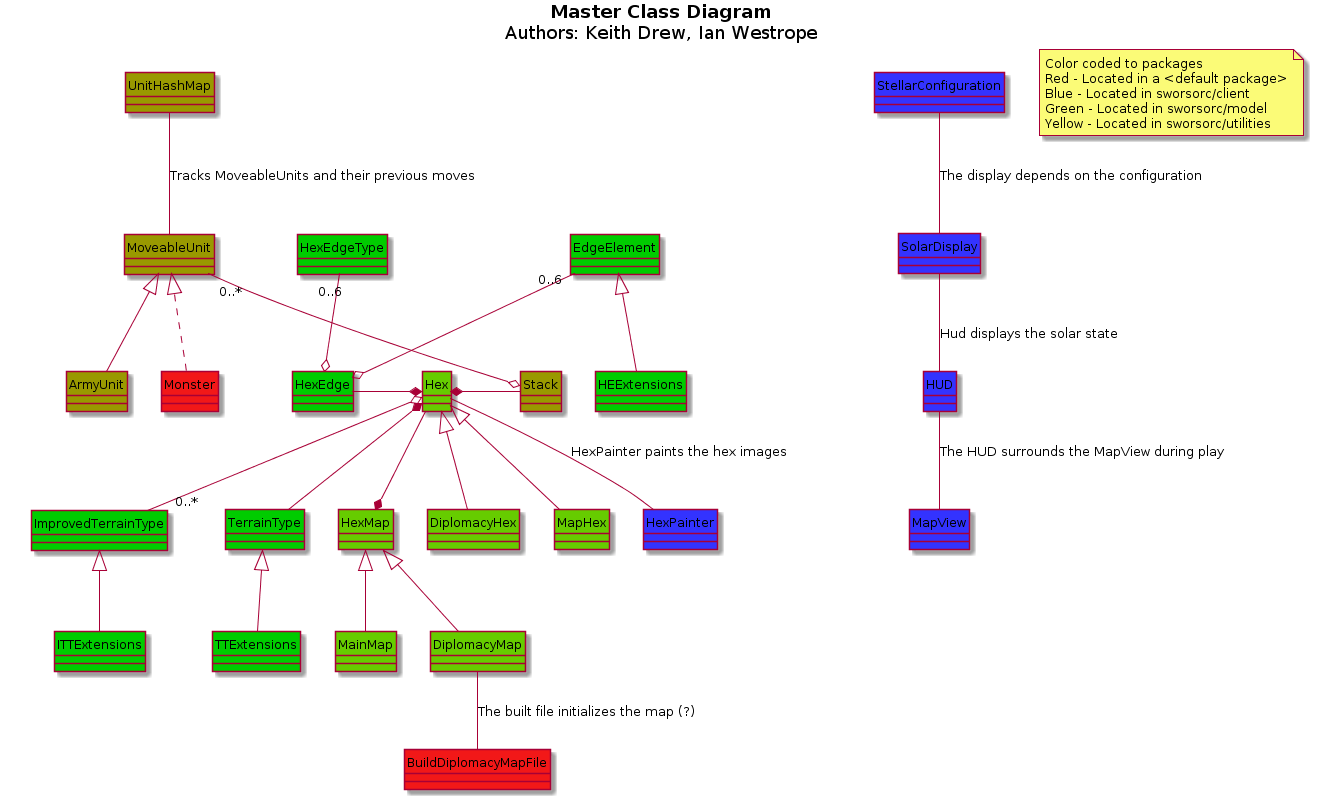
Earlier version of the PlantUML export doc/masterClassDiagrams/classDiagram.png (cjeffery/sworsorc). The source it was exported from:
```plantuml
@startuml
hide circle
title <b>Master Class Diagram<b>\nAuthors: Keith Drew, Ian Westrope

Stack -right* Hex

MoveableUnit "0..*" --o Stack

ArmyUnit -up-|> MoveableUnit

UnitHashMap -- MoveableUnit : Tracks MoveableUnits and their previous moves

DiplomacyHex -up-|> Hex
MapHex -up-|> Hex

Monster .up.|> MoveableUnit

HexMap *-up- Hex

MainMap -up-|> HexMap

DiplomacyMap -up-|> HexMap
DiplomacyMap -- BuildDiplomacyMapFile : The built file initializes the map (?)

HexPainter -up- Hex : HexPainter paints the hex images

HexEdge -* Hex

EdgeElement "0..6" -up-o HexEdge
HexEdgeType "0..6" -up-o HexEdge

TerrainType -down-* Hex

ImprovedTerrainType "0..*" -down-o Hex

StellarConfiguration -down- SolarDisplay : The display depends on the configuration

SolarDisplay -down- HUD : Hud displays the solar state

HUD -down-MapView : The HUD surrounds the MapView during play

HEExtensions -up-|> EdgeElement
TTExtensions -up-|> TerrainType
ITTExtensions -up-|> ImprovedTerrainType


note as N1
Color coded to packages
Red - Located in a <default package>
Blue - Located in sworsorc/client
Green - Located in sworsorc/model
Yellow - Located in sworsorc/utilities
end note

class MoveableUnit #999900 {
}

class ArmyUnit #999900 {
}

class Stack #999900 {
}

class UnitHashMap #999900 {
}

class Hex #66CC00 {
}

class DiplomacyHex #66CC00 {
}

class MapHex #66CC00 {
}

class HexMap #66CC00 {
}

class MainMap #66CC00 {
}

class DiplomacyMap #66CC00 {
}

class EdgeElement #00CC00 {
}

class HexEdgeType #00CC00 {
}

class HexEdge #00CC00 {
}

class TerrainType #00CC00 {
}

class ImprovedTerrainType #00CC00 {
}

class HEExtensions #00CC00 {
}

class TTExtensions #00CC00 {
}

class ITTExtensions #00CC00 {
}

class Monster #F21818 {
}

class BuildDiplomacyMapFile #F21818 {
}

class HexPainter #F21818 {
}

class SolarDisplay #3333FF {
}

class HUD #3333FF {
}

class StellarConfiguration #3333FF {
}

class MapView #3333FF {
}

class HexPainter #3333FF {
}

@enduml
```
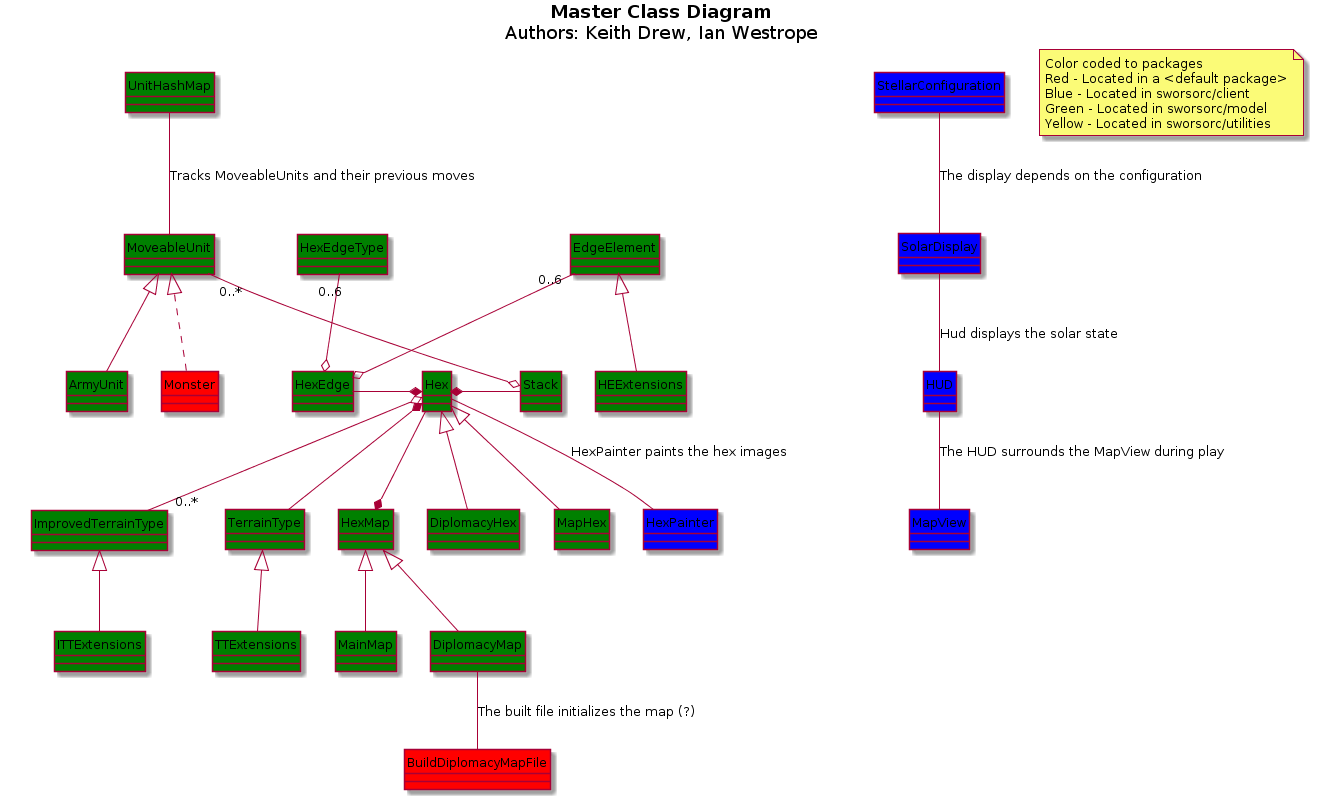
The same file after the commit.

Commit message:
color scheme updated on diagram

Change to the diagram source:
```diff
@@ -52,82 +52,82 @@
 Yellow - Located in sworsorc/utilities
 end note
 
-class MoveableUnit #999900 {
+class MoveableUnit #green {
 }
 
-class ArmyUnit #999900 {
+class ArmyUnit #green {
 }
 
-class Stack #999900 {
+class Stack #green {
 }
 
-class UnitHashMap #999900 {
+class UnitHashMap #green {
 }
 
-class Hex #66CC00 {
+class Hex #green {
 }
 
-class DiplomacyHex #66CC00 {
+class DiplomacyHex #green {
 }
 
-class MapHex #66CC00 {
+class MapHex #green {
 }
 
-class HexMap #66CC00 {
+class HexMap #green {
 }
 
-class MainMap #66CC00 {
+class MainMap #green {
 }
 
-class DiplomacyMap #66CC00 {
+class DiplomacyMap #green {
 }
 
-class EdgeElement #00CC00 {
+class EdgeElement #green {
 }
 
-class HexEdgeType #00CC00 {
+class HexEdgeType #green {
 }
 
-class HexEdge #00CC00 {
+class HexEdge #green {
 }
 
-class TerrainType #00CC00 {
+class TerrainType #green {
 }
 
-class ImprovedTerrainType #00CC00 {
+class ImprovedTerrainType #green {
 }
 
-class HEExtensions #00CC00 {
+class HEExtensions #green {
 }
 
-class TTExtensions #00CC00 {
+class TTExtensions #green {
 }
 
-class ITTExtensions #00CC00 {
+class ITTExtensions #green {
 }
 
-class Monster #F21818 {
+class Monster #red {
 }
 
-class BuildDiplomacyMapFile #F21818 {
+class BuildDiplomacyMapFile #red {
 }
 
-class HexPainter #F21818 {
+class HexPainter #red {
 }
 
-class SolarDisplay #3333FF {
+class SolarDisplay #blue {
 }
 
-class HUD #3333FF {
+class HUD #blue {
 }
 
-class StellarConfiguration #3333FF {
+class StellarConfiguration #blue {
 }
 
-class MapView #3333FF {
+class MapView #blue {
 }
 
-class HexPainter #3333FF {
+class HexPainter #blue {
 }
 
 @enduml
```
